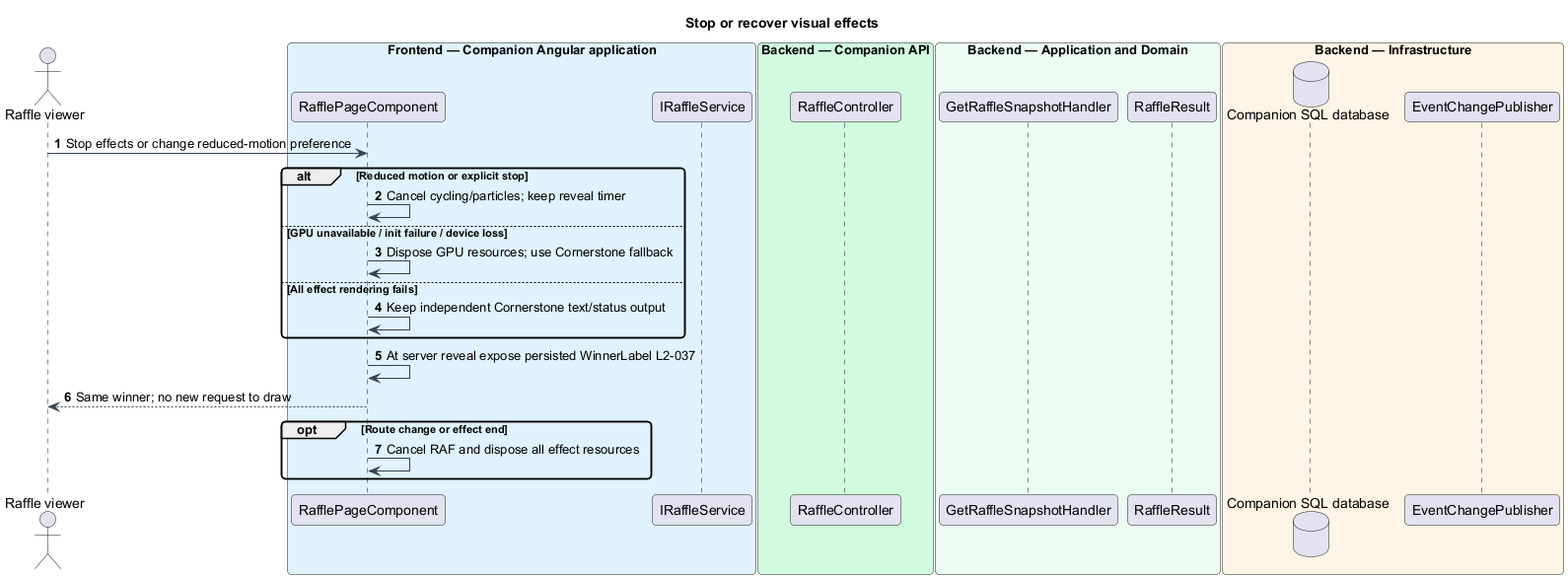
The PlantUML diagram docs/detailed-designs/raffle/present-draw/diagrams/sequence-fallback.png in QuinntyneBrown/faithtech-toronto-ai-build-event, before a commit. Its diagram source:
```plantuml
@startuml
skinparam backgroundColor #FFFFFF
skinparam shadowing false
skinparam defaultFontName Arial
skinparam ArrowColor #344054
skinparam roundcorner 8
autonumber
title Stop or recover visual effects
actor "Raffle viewer" as actor
box "Frontend — Companion Angular application" #E0F2FE
participant "RafflePageComponent" as page
participant "IRaffleService" as client
end box
box "Backend — Companion API" #D1FADF
participant "RaffleController" as controller
end box
box "Backend — Application and Domain" #ECFDF3
participant "GetRaffleSnapshotHandler" as handler
participant "RaffleResult" as entity
end box
box "Backend — Infrastructure" #FFF4E5
database "Companion SQL database" as db
participant "EventChangePublisher" as push
end box
actor -> page : Stop effects or change reduced-motion preference
alt Reduced motion or explicit stop
 page -> page : Cancel cycling/particles; keep reveal timer
else GPU unavailable / init failure / device loss
 page -> page : Dispose GPU resources; use Cornerstone fallback
else All effect rendering fails
 page -> page : Keep independent Cornerstone text/status output
end
page -> page : At server reveal expose persisted WinnerLabel L2-037
page --> actor : Same winner; no new request to draw
opt Route change or effect end
 page -> page : Cancel RAF and dispose all effect resources
end
@enduml
```
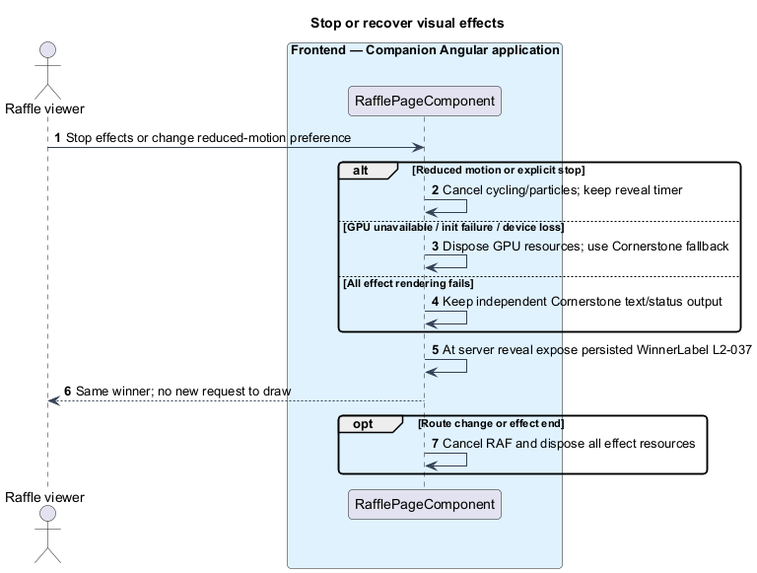
After the change.

What changed in the source:
```diff
@@ -9,18 +9,6 @@
 actor "Raffle viewer" as actor
 box "Frontend — Companion Angular application" #E0F2FE
 participant "RafflePageComponent" as page
-participant "IRaffleService" as client
-end box
-box "Backend — Companion API" #D1FADF
-participant "RaffleController" as controller
-end box
-box "Backend — Application and Domain" #ECFDF3
-participant "GetRaffleSnapshotHandler" as handler
-participant "RaffleResult" as entity
-end box
-box "Backend — Infrastructure" #FFF4E5
-database "Companion SQL database" as db
-participant "EventChangePublisher" as push
 end box
 actor -> page : Stop effects or change reduced-motion preference
 alt Reduced motion or explicit stop
```
